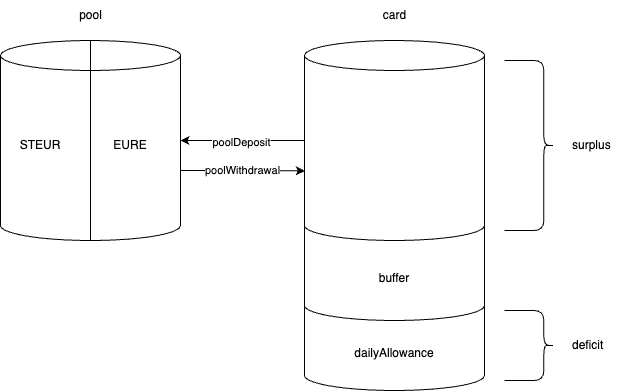
Before: diagram.drawio.png, a diagram exported from draw.io (onchainification/robosaver). Source tidied: cells renumbered, new cells last; positions are measured from the earlier drawing's top-left corner, leaving out a move shared by most shapes.
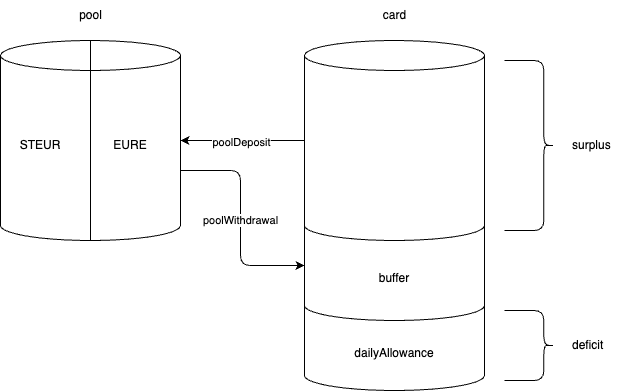
The same diagram one commit later.

Commit message:
docs: adjust poolWithdrawal arrow

Diff of the diagram source:
```diff
@@ -35,8 +35,13 @@
     <mxCell id="12" value="card" style="text;html=1;align=center;verticalAlign=middle;strokeColor=none;fillColor=none;" parent="1" vertex="1">
       <mxGeometry x="369" width="50" height="30" as="geometry" />
     </mxCell>
-    <mxCell id="13" value="poolWithdrawal" style="edgeStyle=none;html=1;exitX=1;exitY=0.65;exitDx=0;exitDy=0;exitPerimeter=0;entryX=0.002;entryY=0.652;entryDx=0;entryDy=0;entryPerimeter=0;" parent="1" edge="1" source="14" target="7">
-      <mxGeometry relative="1" as="geometry" />
+    <mxCell id="13" value="poolWithdrawal" style="edgeStyle=none;html=1;exitX=1;exitY=0.65;exitDx=0;exitDy=0;exitPerimeter=0;entryX=0;entryY=0.5;entryDx=0;entryDy=0;entryPerimeter=0;" parent="1" edge="1" source="14" target="4">
+      <mxGeometry relative="1" as="geometry">
+        <Array as="points">
+          <mxPoint x="240" y="170" />
+          <mxPoint x="240" y="265" />
+        </Array>
+      </mxGeometry>
     </mxCell>
     <mxCell id="14" style="shape=cylinder3;whiteSpace=wrap;html=1;boundedLbl=1;backgroundOutline=1;size=15;" parent="1" vertex="1">
       <mxGeometry y="40" width="180" height="200" as="geometry" />
```
